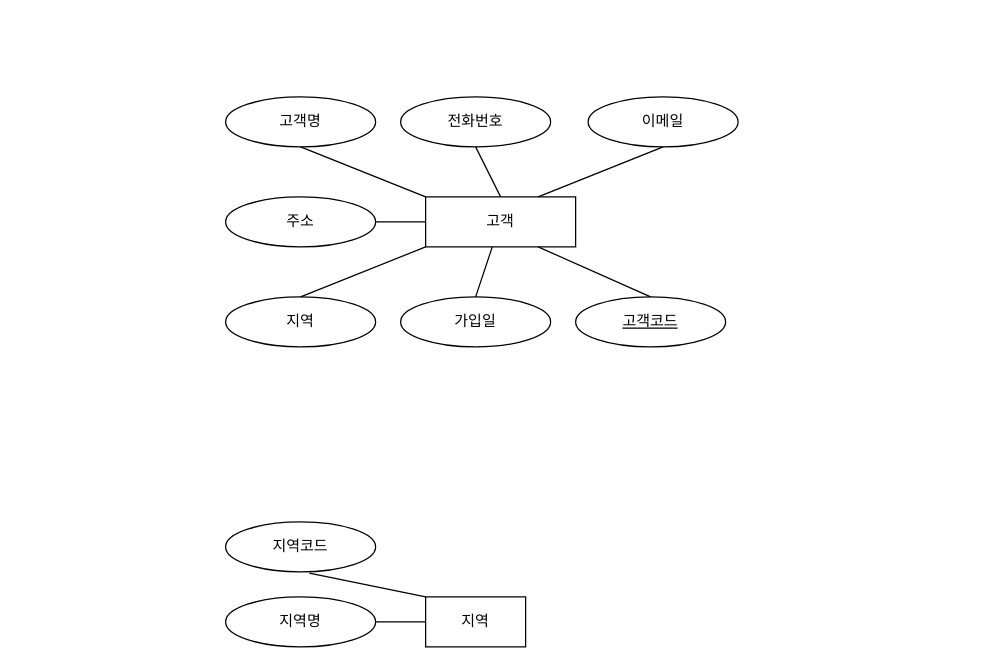
Above: page "페이지-1" (1 of 2) of erd.drawio in jrjosh1207/ai8erd (draw.io), before the change. Source tidied: cells renumbered, new cells numbered last; positions are measured from the earlier drawing's top-left corner, leaving out a move shared by most shapes. Both pictures are drawn from the tidied source at 125%, with x=0, y=0 at pixel (225, 96).
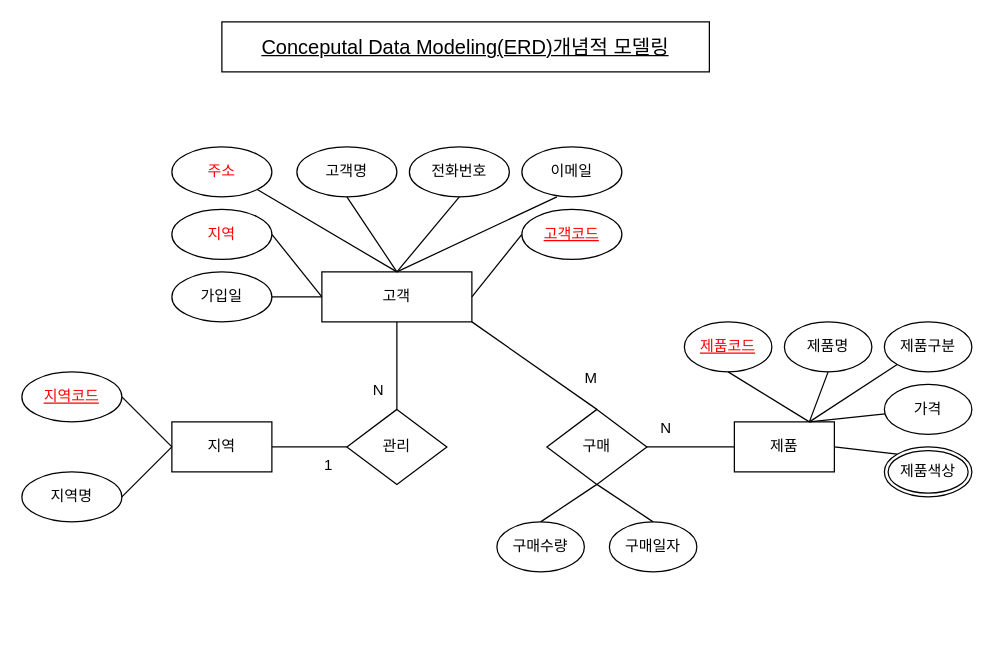
The same diagram, later.

Change to the diagram source:
```diff
@@
     <mxCell id="2" value="고객" style="whiteSpace=wrap;html=1;align=center;" parent="1" vertex="1">
-      <mxGeometry x="160" y="80" width="120" height="40" as="geometry" />
+      <mxGeometry x="77" y="140" width="120" height="40" as="geometry" />
     </mxCell>
     <mxCell id="3" value="고객명" style="ellipse;whiteSpace=wrap;html=1;align=center;" parent="1" vertex="1">
-      <mxGeometry width="120" height="40" as="geometry" />
+      <mxGeometry x="57" y="40" width="80" height="40" as="geometry" />
     </mxCell>
-    <mxCell id="4" style="endArrow=none;html=1;rounded=0;exitX=0.5;exitY=1;exitDx=0;exitDy=0;entryX=0;entryY=0;entryDx=0;entryDy=0;" parent="1" edge="1" source="3" target="2">
+    <mxCell id="4" style="endArrow=none;html=1;rounded=0;exitX=0.5;exitY=1;exitDx=0;exitDy=0;entryX=0.5;entryY=0;entryDx=0;entryDy=0;" parent="1" edge="1" source="3" target="2">
       <mxGeometry relative="1" as="geometry" />
     </mxCell>
     <mxCell id="5" value="전화번호" style="ellipse;whiteSpace=wrap;html=1;align=center;fontStyle=0;" parent="1" vertex="1">
-      <mxGeometry x="140" width="120" height="40" as="geometry" />
+      <mxGeometry x="147" y="40" width="80" height="40" as="geometry" />
     </mxCell>
@@
-    <mxCell id="7" value="주소" style="ellipse;whiteSpace=wrap;html=1;align=center;" parent="1" vertex="1">
-      <mxGeometry y="80" width="120" height="40" as="geometry" />
+    <mxCell id="7" value="주소" style="ellipse;whiteSpace=wrap;html=1;align=center;fontColor=#FF0000;" parent="1" vertex="1">
+      <mxGeometry x="-43" y="40" width="80" height="40" as="geometry" />
     </mxCell>
     <mxCell id="8" value="이메일" style="ellipse;whiteSpace=wrap;html=1;align=center;" parent="1" vertex="1">
-      <mxGeometry x="290" width="120" height="40" as="geometry" />
+      <mxGeometry x="237" y="40" width="80" height="40" as="geometry" />
     </mxCell>
-    <mxCell id="9" style="endArrow=none;html=1;rounded=0;exitX=0.5;exitY=1;exitDx=0;exitDy=0;entryX=0.75;entryY=0;entryDx=0;entryDy=0;" parent="1" edge="1" source="8" target="2">
+    <mxCell id="9" style="endArrow=none;html=1;rounded=0;exitX=0.35;exitY=1;exitDx=0;exitDy=0;entryX=0.5;entryY=0;entryDx=0;entryDy=0;exitPerimeter=0;" parent="1" edge="1" source="8" target="2">
       <mxGeometry relative="1" as="geometry" />
     </mxCell>
-    <mxCell id="10" value="지역" style="ellipse;whiteSpace=wrap;html=1;align=center;fontStyle=0;" parent="1" vertex="1">
-      <mxGeometry y="160" width="120" height="40" as="geometry" />
+    <mxCell id="10" value="지역" style="ellipse;whiteSpace=wrap;html=1;align=center;fontStyle=0;fontColor=#FF0000;" parent="1" vertex="1">
+      <mxGeometry x="-43" y="90" width="80" height="40" as="geometry" />
     </mxCell>
     <mxCell id="11" value="가입일" style="ellipse;whiteSpace=wrap;html=1;align=center;" parent="1" vertex="1">
-      <mxGeometry x="140" y="160" width="120" height="40" as="geometry" />
+      <mxGeometry x="-43" y="140" width="80" height="40" as="geometry" />
     </mxCell>
-    <mxCell id="12" style="endArrow=none;html=1;rounded=0;exitX=0.5;exitY=0;exitDx=0;exitDy=0;" parent="1" edge="1" source="11" target="2">
+    <mxCell id="12" style="endArrow=none;html=1;rounded=0;exitX=1;exitY=0.5;exitDx=0;exitDy=0;entryX=0;entryY=0.5;entryDx=0;entryDy=0;" parent="1" edge="1" source="11" target="2">
       <mxGeometry relative="1" as="geometry" />
     </mxCell>
-    <mxCell id="13" style="endArrow=none;html=1;rounded=0;exitX=1;exitY=0.5;exitDx=0;exitDy=0;entryX=0;entryY=0.5;entryDx=0;entryDy=0;" parent="1" edge="1" source="7" target="2">
+    <mxCell id="13" style="endArrow=none;html=1;rounded=0;exitX=1;exitY=1;exitDx=0;exitDy=0;entryX=0.5;entryY=0;entryDx=0;entryDy=0;" parent="1" edge="1" source="7" target="2">
       <mxGeometry relative="1" as="geometry" />
     </mxCell>
-    <mxCell id="14" style="endArrow=none;html=1;rounded=0;exitX=0.5;exitY=0;exitDx=0;exitDy=0;entryX=0;entryY=1;entryDx=0;entryDy=0;" parent="1" edge="1" source="10" target="2">
+    <mxCell id="14" style="endArrow=none;html=1;rounded=0;exitX=1;exitY=0.5;exitDx=0;exitDy=0;entryX=0;entryY=0.5;entryDx=0;entryDy=0;" parent="1" edge="1" source="10" target="2">
       <mxGeometry relative="1" as="geometry" />
     </mxCell>
-    <mxCell id="15" value="고객코드" style="ellipse;whiteSpace=wrap;html=1;align=center;fontStyle=4;" parent="1" vertex="1">
-      <mxGeometry x="280" y="160" width="120" height="40" as="geometry" />
+    <mxCell id="15" value="고객코드" style="ellipse;whiteSpace=wrap;html=1;align=center;fontStyle=4;fontColor=#FF0000;" parent="1" vertex="1">
+      <mxGeometry x="237" y="90" width="80" height="40" as="geometry" />
     </mxCell>
-    <mxCell id="16" style="endArrow=none;html=1;rounded=0;exitX=0.75;exitY=1;exitDx=0;exitDy=0;entryX=0.5;entryY=0;entryDx=0;entryDy=0;" parent="1" edge="1" source="2" target="15">
+    <mxCell id="16" style="endArrow=none;html=1;rounded=0;exitX=1;exitY=0.5;exitDx=0;exitDy=0;entryX=0;entryY=0.5;entryDx=0;entryDy=0;" parent="1" edge="1" source="2" target="15">
       <mxGeometry relative="1" as="geometry" />
     </mxCell>
     <mxCell id="17" value="지역" style="rounded=0;whiteSpace=wrap;html=1;" parent="1" vertex="1">
-      <mxGeometry x="160" y="400" width="80" height="40" as="geometry" />
+      <mxGeometry x="-43" y="260" width="80" height="40" as="geometry" />
     </mxCell>
-    <mxCell id="18" value="지역코드" style="ellipse;whiteSpace=wrap;html=1;align=center;fontStyle=0;" parent="1" vertex="1">
-      <mxGeometry y="340" width="120" height="40" as="geometry" />
+    <mxCell id="18" value="지역코드" style="ellipse;whiteSpace=wrap;html=1;align=center;fontStyle=4;fontColor=#ff0000;verticalAlign=middle;" parent="1" vertex="1">
+      <mxGeometry x="-163" y="220" width="80" height="40" as="geometry" />
     </mxCell>
     <mxCell id="19" value="지역명" style="ellipse;whiteSpace=wrap;html=1;align=center;fontStyle=0;" parent="1" vertex="1">
-      <mxGeometry y="400" width="120" height="40" as="geometry" />
+      <mxGeometry x="-163" y="300" width="80" height="40" as="geometry" />
     </mxCell>
@@
-    <mxCell id="21" style="endArrow=none;html=1;rounded=0;exitX=0.558;exitY=1.025;exitDx=0;exitDy=0;entryX=0;entryY=0;entryDx=0;entryDy=0;exitPerimeter=0;" parent="1" edge="1" source="18" target="17">
+    <mxCell id="21" style="endArrow=none;html=1;rounded=0;exitX=1;exitY=0.5;exitDx=0;exitDy=0;entryX=0;entryY=0.5;entryDx=0;entryDy=0;" parent="1" edge="1" source="18" target="17">
       <mxGeometry relative="1" as="geometry" />
     </mxCell>
+    <mxCell id="22" value="제품" style="rounded=0;whiteSpace=wrap;html=1;" parent="1" vertex="1">
+      <mxGeometry x="407" y="260" width="80" height="40" as="geometry" />
+    </mxCell>
+    <mxCell id="23" value="&lt;font&gt;제품코드&lt;/font&gt;" style="ellipse;whiteSpace=wrap;html=1;align=center;fontStyle=4;fontColor=#FF0000;verticalAlign=middle;" parent="1" vertex="1">
+      <mxGeometry x="367" y="180" width="70" height="40" as="geometry" />
+    </mxCell>
+    <mxCell id="24" value="가격" style="ellipse;whiteSpace=wrap;html=1;align=center;fontStyle=0;" parent="1" vertex="1">
+      <mxGeometry x="527" y="230" width="70" height="40" as="geometry" />
+    </mxCell>
+    <mxCell id="25" value="제품명" style="ellipse;whiteSpace=wrap;html=1;align=center;fontStyle=0;" parent="1" vertex="1">
+      <mxGeometry x="447" y="180" width="70" height="40" as="geometry" />
+    </mxCell>
+    <mxCell id="26" value="제품색상" style="ellipse;shape=doubleEllipse;margin=3;whiteSpace=wrap;html=1;align=center;" parent="1" vertex="1">
+      <mxGeometry x="527" y="280" width="70" height="40" as="geometry" />
+    </mxCell>
+    <mxCell id="27" value="제품구분" style="ellipse;whiteSpace=wrap;html=1;align=center;fontStyle=0;" parent="1" vertex="1">
+      <mxGeometry x="527" y="180" width="70" height="40" as="geometry" />
+    </mxCell>
+    <mxCell id="28" style="endArrow=none;html=1;rounded=0;exitX=1;exitY=0.5;exitDx=0;exitDy=0;entryX=0;entryY=0;entryDx=0;entryDy=0;" parent="1" edge="1" source="22" target="26">
+      <mxGeometry relative="1" as="geometry" />
+    </mxCell>
+    <mxCell id="29" style="endArrow=none;html=1;rounded=0;exitX=0.75;exitY=0;exitDx=0;exitDy=0;entryX=0;entryY=1;entryDx=0;entryDy=0;" parent="1" edge="1" source="22" target="27">
+      <mxGeometry relative="1" as="geometry" />
+    </mxCell>
+    <mxCell id="30" style="endArrow=none;html=1;rounded=0;entryX=0.5;entryY=1;entryDx=0;entryDy=0;exitX=0.75;exitY=0;exitDx=0;exitDy=0;" parent="1" edge="1" source="22" target="25">
+      <mxGeometry relative="1" as="geometry" />
+    </mxCell>
+    <mxCell id="31" style="endArrow=none;html=1;rounded=0;exitX=0.75;exitY=0;exitDx=0;exitDy=0;" parent="1" edge="1" source="22" target="24">
+      <mxGeometry relative="1" as="geometry" />
+    </mxCell>
+    <mxCell id="32" style="endArrow=none;html=1;rounded=0;exitX=0.75;exitY=0;exitDx=0;exitDy=0;entryX=0.5;entryY=1;entryDx=0;entryDy=0;" parent="1" edge="1" source="22" target="23">
+      <mxGeometry relative="1" as="geometry" />
+    </mxCell>
+    <mxCell id="33" value="관리" style="rhombus;whiteSpace=wrap;html=1;" parent="1" vertex="1">
+      <mxGeometry x="97" y="250" width="80" height="60" as="geometry" />
+    </mxCell>
+    <mxCell id="34" style="endArrow=none;html=1;rounded=0;exitX=1;exitY=0.5;exitDx=0;exitDy=0;entryX=0;entryY=0.5;entryDx=0;entryDy=0;" parent="1" edge="1" source="17" target="33">
+      <mxGeometry relative="1" as="geometry" />
+    </mxCell>
+    <mxCell id="35" style="endArrow=none;html=1;rounded=0;exitX=0.5;exitY=1;exitDx=0;exitDy=0;entryX=0.5;entryY=0;entryDx=0;entryDy=0;" parent="1" edge="1" source="2" target="33">
+      <mxGeometry relative="1" as="geometry" />
+    </mxCell>
+    <mxCell id="36" value="구매" style="rhombus;whiteSpace=wrap;html=1;" parent="1" vertex="1">
+      <mxGeometry x="257" y="250" width="80" height="60" as="geometry" />
+    </mxCell>
+    <mxCell id="37" style="endArrow=none;html=1;rounded=0;exitX=1;exitY=1;exitDx=0;exitDy=0;entryX=0.5;entryY=0;entryDx=0;entryDy=0;" parent="1" edge="1" source="2" target="36">
+      <mxGeometry relative="1" as="geometry" />
+    </mxCell>
+    <mxCell id="38" style="endArrow=none;html=1;rounded=0;exitX=0;exitY=0.5;exitDx=0;exitDy=0;entryX=1;entryY=0.5;entryDx=0;entryDy=0;" parent="1" edge="1" source="22" target="36">
+      <mxGeometry relative="1" as="geometry" />
+    </mxCell>
+    <mxCell id="39" value="구매일자" style="ellipse;whiteSpace=wrap;html=1;align=center;fontStyle=0;" parent="1" vertex="1">
+      <mxGeometry x="307" y="340" width="70" height="40" as="geometry" />
+    </mxCell>
+    <mxCell id="40" value="구매수량" style="ellipse;whiteSpace=wrap;html=1;align=center;fontStyle=0;" parent="1" vertex="1">
+      <mxGeometry x="217" y="340" width="70" height="40" as="geometry" />
+    </mxCell>
+    <mxCell id="41" style="endArrow=none;html=1;rounded=0;exitX=0.5;exitY=0;exitDx=0;exitDy=0;entryX=0.5;entryY=1;entryDx=0;entryDy=0;" parent="1" edge="1" source="40" target="36">
+      <mxGeometry relative="1" as="geometry" />
+    </mxCell>
+    <mxCell id="42" style="endArrow=none;html=1;rounded=0;exitX=0.5;exitY=0;exitDx=0;exitDy=0;entryX=0.5;entryY=1;entryDx=0;entryDy=0;" parent="1" edge="1" source="39" target="36">
+      <mxGeometry relative="1" as="geometry" />
+    </mxCell>
+    <mxCell id="43" value="&lt;font style=&quot;font-size: 16px;&quot;&gt;Conceputal Data Modeling(ERD)개념적 모델링&lt;/font&gt;" style="whiteSpace=wrap;html=1;align=center;fontStyle=4;" parent="1" vertex="1">
+      <mxGeometry x="-3" y="-60" width="390" height="40" as="geometry" />
+    </mxCell>
+    <mxCell id="44" value="N" style="text;html=1;align=center;verticalAlign=middle;strokeColor=none;fillColor=none;" parent="1" vertex="1">
+      <mxGeometry x="107" y="220" width="30" height="30" as="geometry" />
+    </mxCell>
+    <mxCell id="45" value="1" style="text;html=1;align=center;verticalAlign=middle;strokeColor=none;fillColor=none;" parent="1" vertex="1">
+      <mxGeometry x="67" y="280" width="30" height="30" as="geometry" />
+    </mxCell>
+    <mxCell id="46" value="N" style="text;html=1;align=center;verticalAlign=middle;strokeColor=none;fillColor=none;" parent="1" vertex="1">
+      <mxGeometry x="337" y="250" width="30" height="30" as="geometry" />
+    </mxCell>
+    <mxCell id="47" value="M" style="text;html=1;align=center;verticalAlign=middle;strokeColor=none;fillColor=none;" parent="1" vertex="1">
+      <mxGeometry x="277" y="210" width="30" height="30" as="geometry" />
+    </mxCell>
```
